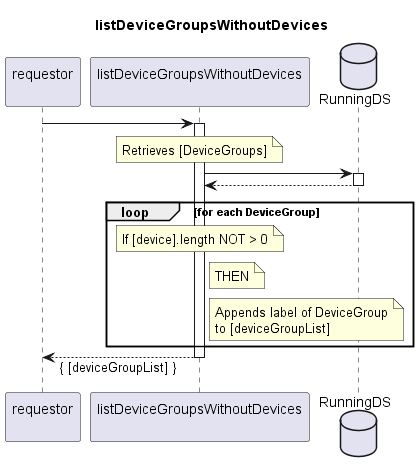
Earlier version of the PlantUML export spec/Services/listDeviceGroupsWithoutDevices/1.0.0/listDeviceGroupsWithoutDevices.png (openBackhaul/FirmWareManager).
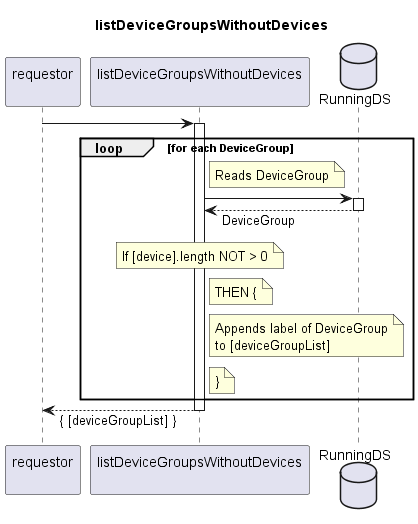
After the change.

Change to the diagram source:
```diff
@@ -12,24 +12,26 @@
 requestor -> indServ
 activate indServ
 
-    note over indServ
-      Retrieves [DeviceGroups]
+  loop for each DeviceGroup
+    note right indServ
+      Reads DeviceGroup
     end note
     indServ -> RunDS
     activate RunDS
-    indServ <-- RunDS
+    indServ <-- RunDS: DeviceGroup
     deactivate RunDS
-
-  loop for each DeviceGroup
     note over indServ
       If [device].length NOT > 0
     end note
     note right indServ
-      THEN
+      THEN {
     end note
     note right indServ
       Appends label of DeviceGroup
       to [deviceGroupList]
+    end note
+    note right indServ
+      }
     end note
   end loop
 
```
